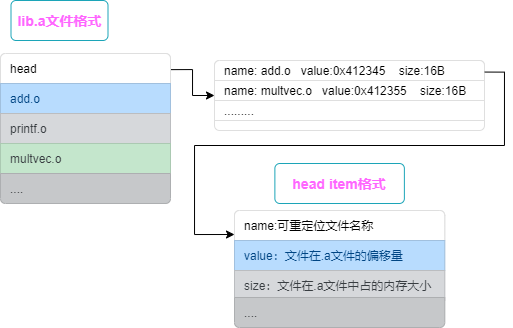
Above: 深入理解计算机系统/链接/静态文件格式.drawio.png in xueyida/csappNote (draw.io), before the change. Source tidied: cells renumbered, new cells last; positions are measured from the earlier drawing's top-left corner, leaving out a move shared by most shapes.
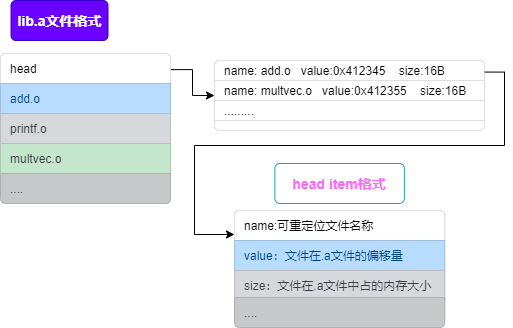
Above is the later version.

What changed in the source:
```diff
@@ -43,7 +43,7 @@
         <mxPoint y="-30" as="offset" />
       </mxGeometry>
     </mxCell>
-    <mxCell id="13" value="&lt;span style=&quot;font-size: 14px ; font-weight: 700&quot;&gt;&lt;font color=&quot;#ff66ff&quot;&gt;lib.a文件格式&lt;/font&gt;&lt;/span&gt;" style="html=1;shadow=0;dashed=0;shape=mxgraph.bootstrap.rrect;rSize=5;strokeColor=#1CA5B8;strokeWidth=1;fillColor=none;fontColor=#1CA5B8;whiteSpace=wrap;align=center;verticalAlign=middle;spacingLeft=0;fontStyle=0;fontSize=16;spacing=5;" parent="1" vertex="1">
+    <mxCell id="13" value="&lt;span style=&quot;font-size: 14px ; font-weight: 700&quot;&gt;&lt;font&gt;lib.a文件格式&lt;/font&gt;&lt;/span&gt;" style="html=1;shadow=0;dashed=0;shape=mxgraph.bootstrap.rrect;rSize=5;strokeColor=#3700CC;strokeWidth=1;fillColor=#6a00ff;whiteSpace=wrap;align=center;verticalAlign=middle;spacingLeft=0;fontStyle=0;fontSize=16;spacing=5;fontColor=#FFFFFF;" parent="1" vertex="1">
       <mxGeometry x="10.5" width="97" height="40" as="geometry" />
     </mxCell>
     <mxCell id="14" style="html=1;shadow=0;dashed=0;shape=mxgraph.bootstrap.rrect;rSize=5;strokeColor=#DFDFDF;html=1;whiteSpace=wrap;fillColor=#FFFFFF;fontColor=#000000;" parent="1" vertex="1">
```
